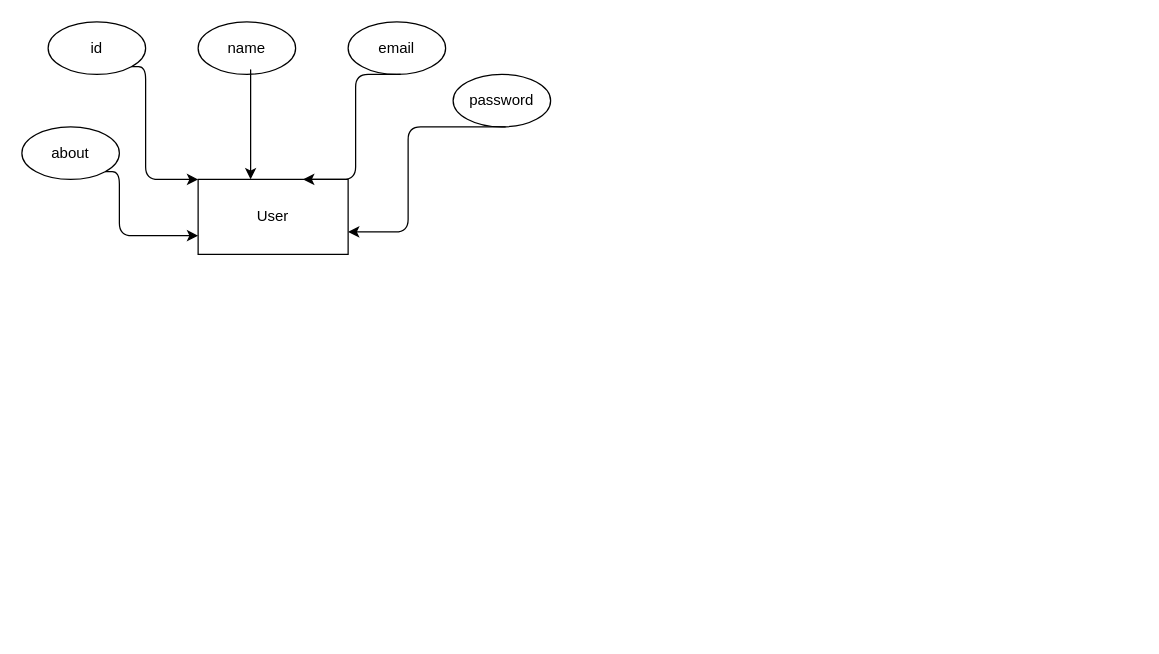
Above: Blogging App.drawio in SpeedyAstro/dgrms (draw.io), before the change. Source tidied: cells renumbered, new cells numbered last; positions are measured from the earlier drawing's top-left corner, leaving out a move shared by most shapes. Both pictures are drawn from the tidied source at 125%, with x=0, y=0 at pixel (21, 21).
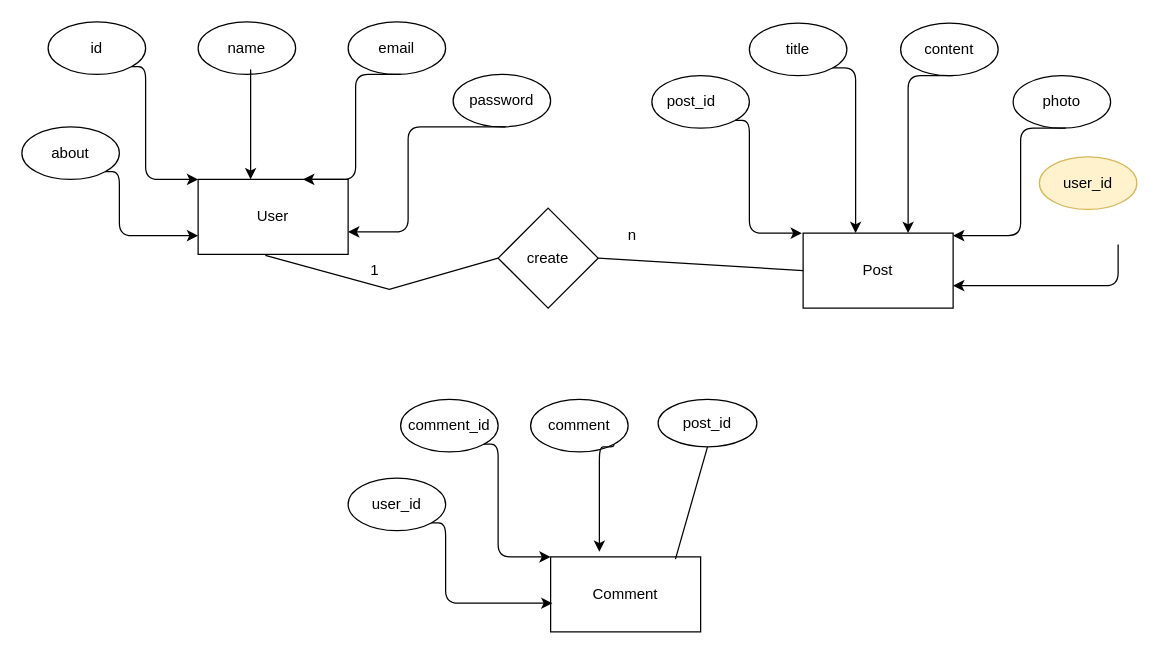
The same page after the edit.

Unchanged cells that the change refers to:
```xml
<mxCell id="2" value="User" style="rounded=0;whiteSpace=wrap;html=1;" parent="1" vertex="1">
  <mxGeometry x="141" y="126" width="120" height="60" as="geometry" />
</mxCell>
```

Change to the diagram source:
```diff
@@
+    <mxCell id="13" value="Post" style="rounded=0;whiteSpace=wrap;html=1;" parent="1" vertex="1">
+      <mxGeometry x="625" y="169" width="120" height="60" as="geometry" />
+    </mxCell>
+    <mxCell id="14" value="post_id&lt;span style=&quot;white-space: pre;&quot;&gt;&#9;&lt;/span&gt;" style="ellipse;whiteSpace=wrap;html=1;" parent="1" vertex="1">
+      <mxGeometry x="504" y="43" width="78" height="42" as="geometry" />
+    </mxCell>
+    <mxCell id="15" style="edgeStyle=orthogonalEdgeStyle;jettySize=auto;html=1;exitX=1;exitY=1;exitDx=0;exitDy=0;entryX=0;entryY=0;entryDx=0;entryDy=0;strokeColor=default;rounded=1;" parent="1" edge="1" source="14">
+      <mxGeometry relative="1" as="geometry">
+        <mxPoint x="624" y="169" as="targetPoint" />
+        <Array as="points">
+          <mxPoint x="582" y="79" />
+          <mxPoint x="582" y="169" />
+        </Array>
+      </mxGeometry>
+    </mxCell>
+    <mxCell id="16" value="title" style="ellipse;whiteSpace=wrap;html=1;" parent="1" vertex="1">
+      <mxGeometry x="582" y="1" width="78" height="42" as="geometry" />
+    </mxCell>
+    <mxCell id="17" style="edgeStyle=orthogonalEdgeStyle;jettySize=auto;html=1;exitX=1;exitY=1;exitDx=0;exitDy=0;entryX=0.35;entryY=0;entryDx=0;entryDy=0;strokeColor=default;rounded=1;entryPerimeter=0;" parent="1" edge="1" source="16" target="13">
+      <mxGeometry relative="1" as="geometry">
+        <Array as="points">
+          <mxPoint x="667" y="37" />
+        </Array>
+      </mxGeometry>
+    </mxCell>
+    <mxCell id="18" style="edgeStyle=orthogonalEdgeStyle;jettySize=auto;html=1;strokeColor=default;rounded=1;entryX=0.7;entryY=0;entryDx=0;entryDy=0;entryPerimeter=0;" parent="1" edge="1" target="13">
+      <mxGeometry relative="1" as="geometry">
+        <mxPoint x="745" y="43" as="sourcePoint" />
+        <Array as="points">
+          <mxPoint x="709" y="43" />
+        </Array>
+      </mxGeometry>
+    </mxCell>
+    <mxCell id="19" value="content" style="ellipse;whiteSpace=wrap;html=1;" parent="1" vertex="1">
+      <mxGeometry x="703" y="1" width="78" height="42" as="geometry" />
+    </mxCell>
+    <mxCell id="20" value="photo" style="ellipse;whiteSpace=wrap;html=1;" parent="1" vertex="1">
+      <mxGeometry x="793" y="43" width="78" height="42" as="geometry" />
+    </mxCell>
+    <mxCell id="21" style="edgeStyle=orthogonalEdgeStyle;jettySize=auto;html=1;strokeColor=default;rounded=1;" parent="1" edge="1" target="13">
+      <mxGeometry relative="1" as="geometry">
+        <mxPoint x="835" y="85" as="sourcePoint" />
+        <Array as="points">
+          <mxPoint x="799" y="85" />
+          <mxPoint x="799" y="171" />
+        </Array>
+      </mxGeometry>
+    </mxCell>
+    <mxCell id="22" value="user_id" style="ellipse;whiteSpace=wrap;html=1;fillColor=#fff2cc;strokeColor=#d6b656;" parent="1" vertex="1">
+      <mxGeometry x="814" y="108" width="78" height="42" as="geometry" />
+    </mxCell>
+    <mxCell id="23" style="edgeStyle=orthogonalEdgeStyle;jettySize=auto;html=1;strokeColor=default;rounded=1;" parent="1" edge="1" target="13">
+      <mxGeometry relative="1" as="geometry">
+        <mxPoint x="877" y="178" as="sourcePoint" />
+        <Array as="points">
+          <mxPoint x="877" y="211" />
+        </Array>
+      </mxGeometry>
+    </mxCell>
+    <mxCell id="24" value="create" style="rhombus;whiteSpace=wrap;html=1;" parent="1" vertex="1">
+      <mxGeometry x="381" y="149" width="80" height="80" as="geometry" />
+    </mxCell>
+    <mxCell id="25" style="endArrow=none;html=1;rounded=0;entryX=0.448;entryY=1.013;entryDx=0;entryDy=0;entryPerimeter=0;exitX=0;exitY=0.5;exitDx=0;exitDy=0;" parent="1" edge="1" source="24" target="2">
+      <mxGeometry relative="1" as="geometry">
+        <Array as="points">
+          <mxPoint x="294" y="214" />
+        </Array>
+      </mxGeometry>
+    </mxCell>
+    <mxCell id="26" style="endArrow=none;html=1;rounded=0;entryX=0;entryY=0.5;entryDx=0;entryDy=0;exitX=1;exitY=0.5;exitDx=0;exitDy=0;" parent="1" edge="1" source="24" target="13">
+      <mxGeometry relative="1" as="geometry" />
+    </mxCell>
+    <mxCell id="27" value="1" style="text;html=1;align=center;verticalAlign=middle;strokeColor=none;fillColor=none;" parent="1" vertex="1">
+      <mxGeometry x="261" y="178" width="42" height="42" as="geometry" />
+    </mxCell>
+    <mxCell id="28" value="n" style="text;html=1;align=center;verticalAlign=middle;strokeColor=none;fillColor=none;" parent="1" vertex="1">
+      <mxGeometry x="467" y="150" width="42" height="42" as="geometry" />
+    </mxCell>
+    <mxCell id="29" value="Comment" style="rounded=0;whiteSpace=wrap;html=1;" parent="1" vertex="1">
+      <mxGeometry x="423" y="428" width="120" height="60" as="geometry" />
+    </mxCell>
+    <mxCell id="30" value="comment_id" style="ellipse;whiteSpace=wrap;html=1;" parent="1" vertex="1">
+      <mxGeometry x="303" y="302" width="78" height="42" as="geometry" />
+    </mxCell>
+    <mxCell id="31" style="edgeStyle=orthogonalEdgeStyle;jettySize=auto;html=1;exitX=1;exitY=1;exitDx=0;exitDy=0;entryX=0;entryY=0;entryDx=0;entryDy=0;strokeColor=default;rounded=1;" parent="1" edge="1" source="30">
+      <mxGeometry relative="1" as="geometry">
+        <mxPoint x="423" y="428" as="targetPoint" />
+        <Array as="points">
+          <mxPoint x="381" y="338" />
+          <mxPoint x="381" y="428" />
+        </Array>
+      </mxGeometry>
+    </mxCell>
+    <mxCell id="32" value="comment" style="ellipse;whiteSpace=wrap;html=1;" parent="1" vertex="1">
+      <mxGeometry x="407" y="302" width="78" height="42" as="geometry" />
+    </mxCell>
+    <mxCell id="33" style="edgeStyle=orthogonalEdgeStyle;jettySize=auto;html=1;exitX=1;exitY=1;exitDx=0;exitDy=0;strokeColor=default;rounded=1;" parent="1" edge="1" source="32">
+      <mxGeometry relative="1" as="geometry">
+        <mxPoint x="462" y="424" as="targetPoint" />
+        <Array as="points">
+          <mxPoint x="474" y="340" />
+          <mxPoint x="462" y="340" />
+        </Array>
+      </mxGeometry>
+    </mxCell>
+    <mxCell id="34" value="post_id" style="ellipse;whiteSpace=wrap;html=1;" parent="1" vertex="1">
+      <mxGeometry x="509" y="302" width="79" height="38" as="geometry" />
+    </mxCell>
+    <mxCell id="35" style="endArrow=none;html=1;rounded=0;exitX=0.832;exitY=0.03;exitDx=0;exitDy=0;exitPerimeter=0;entryX=0.5;entryY=1;entryDx=0;entryDy=0;" parent="1" edge="1" source="29" target="34">
+      <mxGeometry relative="1" as="geometry" />
+    </mxCell>
+    <mxCell id="36" value="user_id" style="ellipse;whiteSpace=wrap;html=1;" parent="1" vertex="1">
+      <mxGeometry x="261" y="365" width="78" height="42" as="geometry" />
+    </mxCell>
+    <mxCell id="37" style="edgeStyle=orthogonalEdgeStyle;jettySize=auto;html=1;exitX=1;exitY=1;exitDx=0;exitDy=0;entryX=0.012;entryY=0.617;entryDx=0;entryDy=0;strokeColor=default;rounded=1;entryPerimeter=0;" parent="1" edge="1" source="36" target="29">
+      <mxGeometry relative="1" as="geometry">
+        <Array as="points">
+          <mxPoint x="339" y="401" />
+          <mxPoint x="339" y="465" />
+        </Array>
+      </mxGeometry>
+    </mxCell>
```
